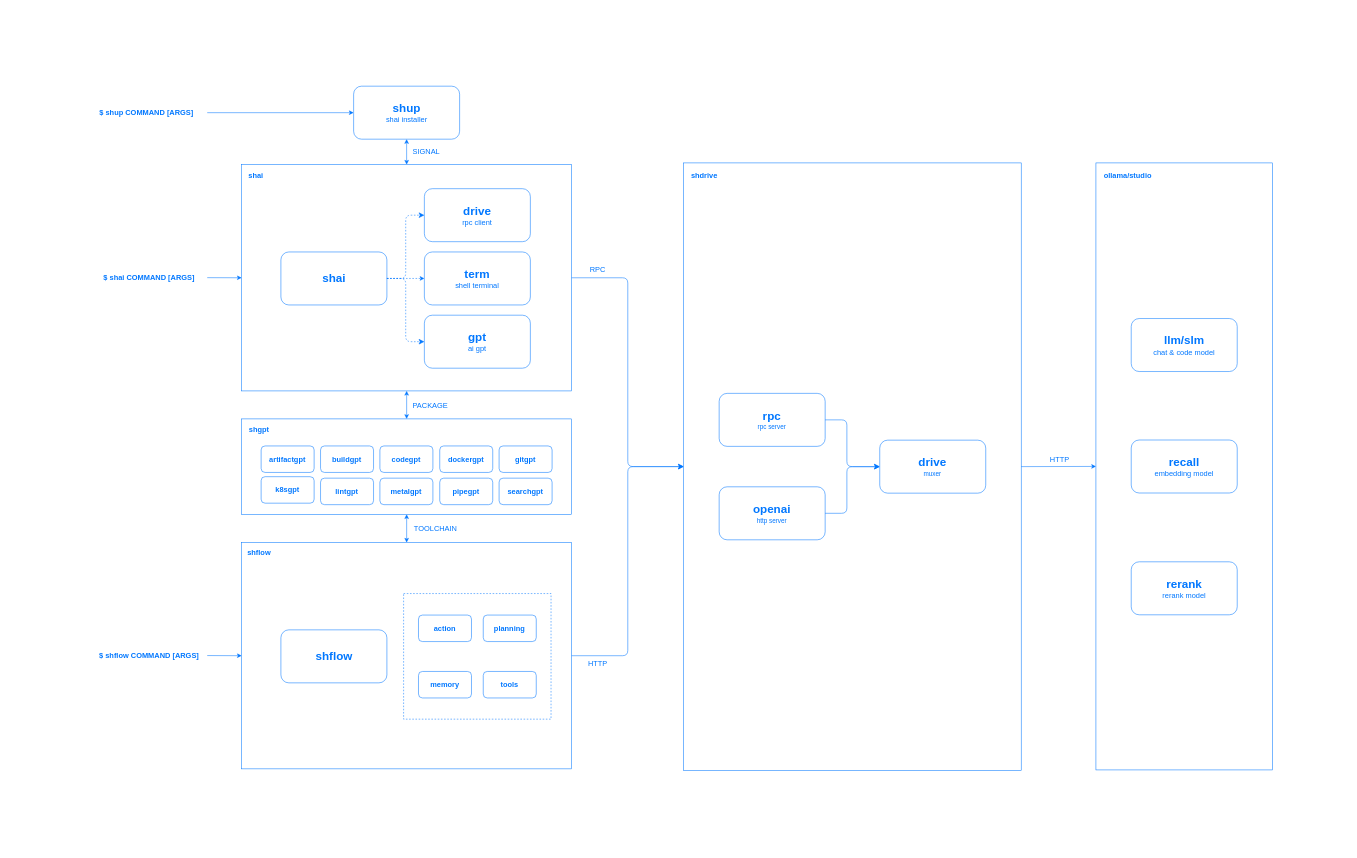
This is arch.drawio from ai-flowx/.github, a draw.io file, before an edit. Source tidied: cells renumbered, new cells numbered last; positions are measured from the earlier drawing's top-left corner, leaving out a move shared by most shapes. Both pictures are drawn from the tidied source at 53%, with x=0, y=0 at pixel (9, 9).
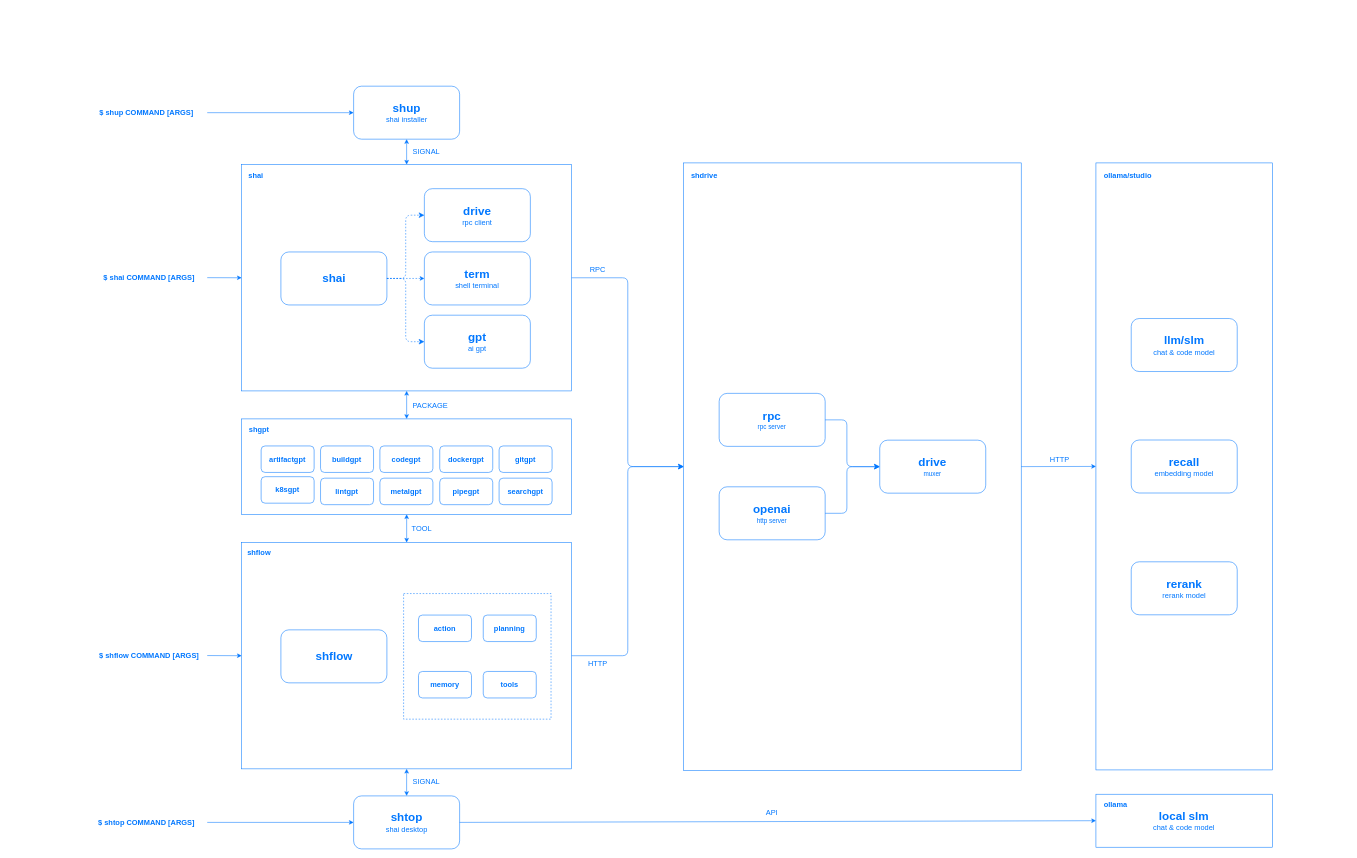
After the change.

Unchanged cells that the change refers to:
```xml
<mxCell id="3" style="rounded=0;whiteSpace=wrap;html=1;strokeColor=#0077FF;fontSize=14;fontColor=#0077FF;fillColor=none;" parent="1" vertex="1">
  <mxGeometry x="438.5" y="1006.2" width="622.5" height="427" as="geometry" />
</mxCell>
```

What changed in the source:
```diff
@@
-    <mxCell id="58" value="&lt;span style=&quot;color: rgb(0, 119, 255); font-size: 14px;&quot;&gt;TOOLCHAIN&lt;/span&gt;" style="text;html=1;strokeColor=none;fillColor=none;align=center;verticalAlign=middle;whiteSpace=wrap;rounded=0;" parent="1" vertex="1">
-      <mxGeometry x="759.7" y="964.6" width="89" height="30" as="geometry" />
+    <mxCell id="58" value="&lt;span style=&quot;color: rgb(0, 119, 255); font-size: 14px;&quot;&gt;TOOL&lt;/span&gt;" style="text;html=1;strokeColor=none;fillColor=none;align=center;verticalAlign=middle;whiteSpace=wrap;rounded=0;" parent="1" vertex="1">
+      <mxGeometry x="750.2" y="964" width="56.8" height="30" as="geometry" />
     </mxCell>
@@
+    <mxCell id="63" value="$&amp;nbsp;shtop COMMAND [ARGS]" style="text;html=1;strokeColor=none;fillColor=none;align=center;verticalAlign=middle;whiteSpace=wrap;rounded=0;fontStyle=1;dashed=1;fontColor=#0077FF;fontSize=14;" parent="1" vertex="1">
+      <mxGeometry x="143.5" y="1511.7" width="230" height="45" as="geometry" />
+    </mxCell>
+    <mxCell id="64" value="&lt;font color=&quot;#0077ff&quot; style=&quot;&quot;&gt;&lt;span style=&quot;font-weight: bold; font-size: 22px;&quot;&gt;shtop&lt;/span&gt;&lt;br&gt;&lt;font style=&quot;font-size: 14px;&quot;&gt;shai desktop&lt;/font&gt;&lt;br&gt;&lt;/font&gt;" style="rounded=1;whiteSpace=wrap;html=1;strokeColor=#0077FF;fillColor=none;shadow=0;" parent="1" vertex="1">
+      <mxGeometry x="649.7" y="1484.2" width="200" height="100" as="geometry" />
+    </mxCell>
+    <mxCell id="65" style="endArrow=classic;html=1;fontSize=14;fontColor=#0077FF;entryX=0;entryY=0.5;entryDx=0;entryDy=0;exitX=1;exitY=0.5;exitDx=0;exitDy=0;strokeColor=#0077FF;" parent="1" edge="1" target="64">
+      <mxGeometry relative="1" as="geometry">
+        <mxPoint x="373.5" y="1534.2" as="sourcePoint" />
+      </mxGeometry>
+    </mxCell>
+    <mxCell id="66" style="endArrow=classic;startArrow=classic;html=1;rounded=1;strokeColor=#0077FF;entryX=0.5;entryY=0;entryDx=0;entryDy=0;exitX=0.5;exitY=1;exitDx=0;exitDy=0;" parent="1" edge="1" source="3" target="64">
+      <mxGeometry relative="1" as="geometry" />
+    </mxCell>
+    <mxCell id="67" value="&lt;span style=&quot;color: rgb(0, 119, 255); font-size: 14px;&quot;&gt;SIGNAL&lt;/span&gt;" style="text;html=1;strokeColor=none;fillColor=none;align=center;verticalAlign=middle;whiteSpace=wrap;rounded=0;" parent="1" vertex="1">
+      <mxGeometry x="750.2" y="1443" width="74" height="30" as="geometry" />
+    </mxCell>
+    <mxCell id="68" value="&lt;span style=&quot;border-color: var(--border-color); color: rgb(0, 119, 255); font-weight: bold; font-size: 22px;&quot;&gt;local slm&lt;/span&gt;&lt;br style=&quot;border-color: var(--border-color); color: rgb(0, 119, 255);&quot;&gt;&lt;font style=&quot;border-color: var(--border-color); color: rgb(0, 119, 255); font-size: 14px;&quot;&gt;chat &amp;amp; code model&lt;/font&gt;&lt;font color=&quot;#0077ff&quot; style=&quot;&quot;&gt;&lt;br&gt;&lt;/font&gt;" style="rounded=0;whiteSpace=wrap;html=1;strokeColor=#0077FF;fillColor=none;shadow=0;" parent="1" vertex="1">
+      <mxGeometry x="2050.3" y="1481" width="333.2" height="100" as="geometry" />
+    </mxCell>
+    <mxCell id="69" style="endArrow=classic;html=1;fontSize=14;fontColor=#0077FF;entryX=0;entryY=0.5;entryDx=0;entryDy=0;exitX=1;exitY=0.5;exitDx=0;exitDy=0;strokeColor=#0077FF;" parent="1" edge="1" source="64" target="68">
+      <mxGeometry relative="1" as="geometry" />
+    </mxCell>
+    <mxCell id="70" value="ollama" style="text;strokeColor=none;fillColor=none;html=1;fontSize=14;fontStyle=1;verticalAlign=middle;align=center;rounded=0;shadow=0;fontColor=#0077FF;" parent="1" vertex="1">
+      <mxGeometry x="2050.3" y="1481" width="72.7" height="40" as="geometry" />
+    </mxCell>
+    <mxCell id="71" value="&lt;span style=&quot;color: rgb(0, 119, 255); font-size: 14px;&quot;&gt;API&lt;/span&gt;" style="text;html=1;strokeColor=none;fillColor=none;align=center;verticalAlign=middle;whiteSpace=wrap;rounded=0;" parent="1" vertex="1">
+      <mxGeometry x="1402.4" y="1501" width="74" height="30" as="geometry" />
+    </mxCell>
```
